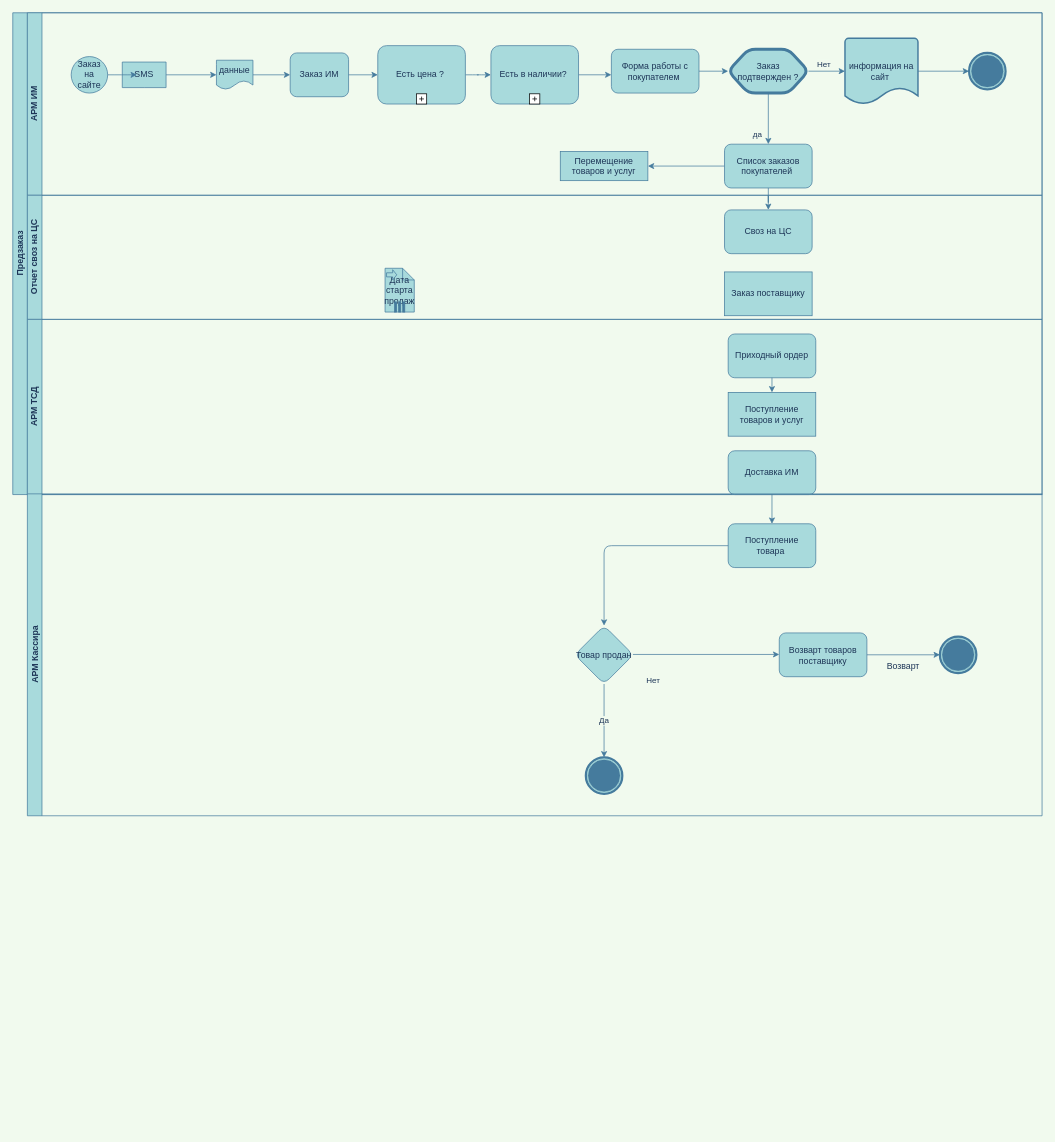
Earlier version of the draw.io diagram page "Page-1" (1 of 3) of Бизнес процесс Предзаказ.drawio (gleb-ehorich/gleb-ehorich). Source tidied: cells renumbered, new cells numbered last; positions are measured from the earlier drawing's top-left corner, leaving out a move shared by most shapes. Both pictures are drawn from the tidied source at 73%, with x=0, y=0 at pixel (12, 12).
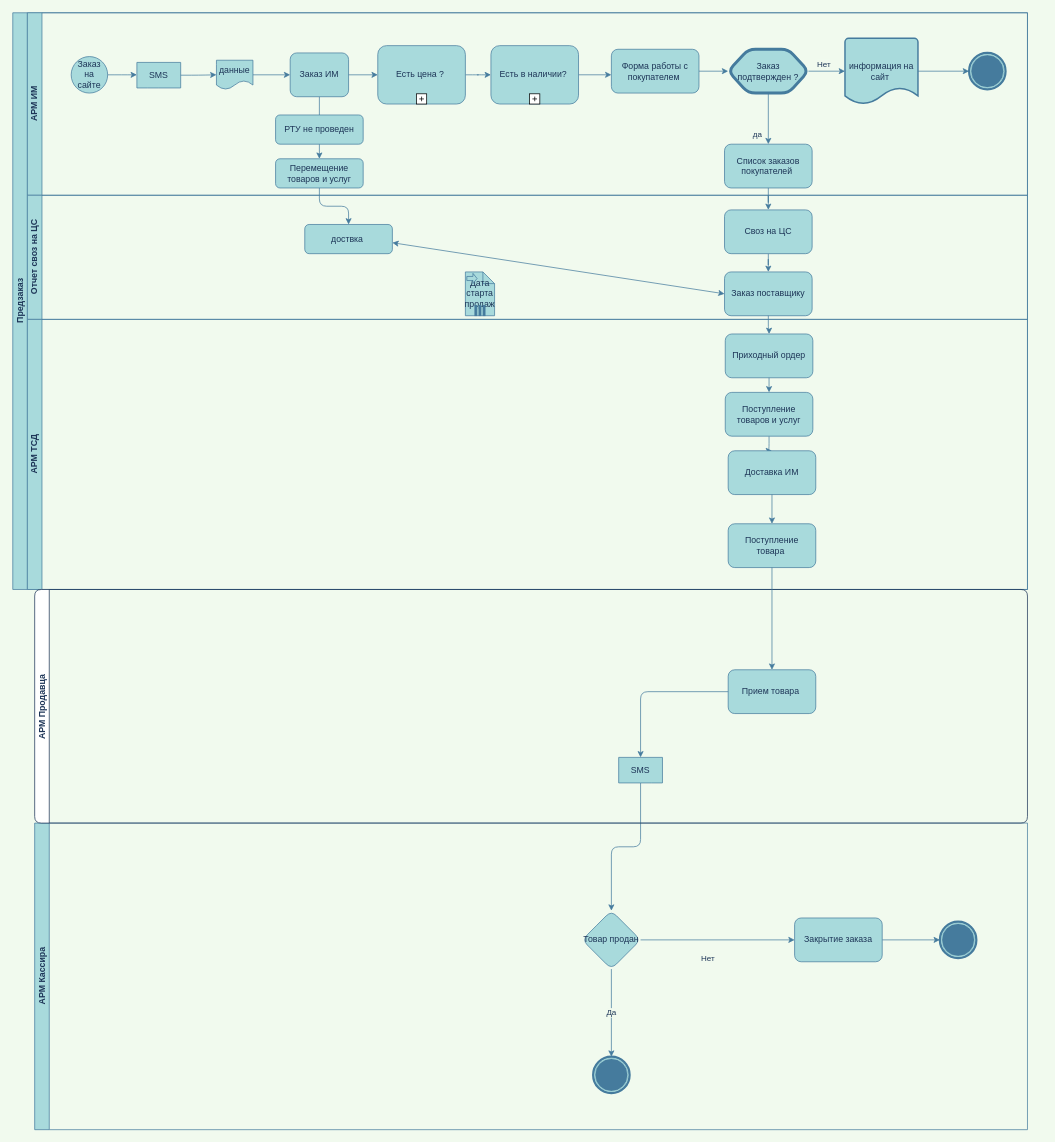
Above is the later version.

The change refers to these unchanged cells:
```xml
<mxCell id="7" value="Заказ ИМ" style="rounded=1;whiteSpace=wrap;html=1;fontFamily=Helvetica;fontSize=12;align=center;fillColor=#A8DADC;strokeColor=#457B9D;fontColor=#1D3557;" parent="3" vertex="1">
  <mxGeometry x="360" y="55" width="80" height="60" as="geometry" />
</mxCell>
<mxCell id="26" value="Список заказов покупателей&amp;nbsp;" style="rounded=1;whiteSpace=wrap;html=1;fillColor=#A8DADC;strokeColor=#457B9D;fontColor=#1D3557;" parent="3" vertex="1">
  <mxGeometry x="955" y="180" width="120" height="60" as="geometry" />
</mxCell>
<mxCell id="31" value="Своз на ЦС" style="whiteSpace=wrap;html=1;rounded=1;fillColor=#A8DADC;strokeColor=#457B9D;fontColor=#1D3557;" parent="30" vertex="1">
  <mxGeometry x="955" y="20" width="120" height="60" as="geometry" />
</mxCell>
<mxCell id="41" value="Доставка ИМ" style="rounded=1;whiteSpace=wrap;html=1;sketch=0;fillColor=#A8DADC;strokeColor=#457B9D;fontColor=#1D3557;" parent="37" vertex="1">
  <mxGeometry x="960" y="180" width="120" height="60" as="geometry" />
</mxCell>
<mxCell id="54" value="Поступление товара&amp;nbsp;" style="whiteSpace=wrap;html=1;rounded=1;fillColor=#A8DADC;strokeColor=#457B9D;fontColor=#1D3557;" parent="1" vertex="1">
  <mxGeometry x="980" y="700" width="120" height="60" as="geometry" />
</mxCell>
```

Diff of the diagram source:
```diff
@@
     <mxCell id="2" value="Предзаказ&lt;br&gt;" style="swimlane;html=1;horizontal=0;startSize=20;fillColor=#A8DADC;strokeColor=#457B9D;fontColor=#1D3557;" parent="1" vertex="1">
-      <mxGeometry width="1410" height="660" as="geometry" />
+      <mxGeometry width="1390" height="790" as="geometry" />
     </mxCell>
     <mxCell id="3" value="АРМ ИМ" style="swimlane;html=1;startSize=20;horizontal=0;fillColor=#A8DADC;strokeColor=#457B9D;fontColor=#1D3557;" parent="2" vertex="1">
-      <mxGeometry x="20" width="1390" height="250" as="geometry" />
+      <mxGeometry x="20" width="1370" height="250" as="geometry" />
     </mxCell>
@@
-    <mxCell id="6" value="SMS" style="shape=document;whiteSpace=wrap;html=1;boundedLbl=1;rounded=0;sketch=0;fillColor=#A8DADC;strokeColor=#457B9D;fontColor=#1D3557;size=0;" parent="3" vertex="1">
-      <mxGeometry x="130" y="67.5" width="60" height="35" as="geometry" />
-    </mxCell>
+    <mxCell id="57" style="edgeStyle=orthogonalEdgeStyle;curved=0;rounded=1;sketch=0;jettySize=auto;html=1;entryX=0.5;entryY=0;entryDx=0;entryDy=0;strokeColor=#457B9D;fillColor=#A8DADC;fontColor=#1D3557;" parent="3" edge="1" source="7" target="29">
+      <mxGeometry relative="1" as="geometry" />
+    </mxCell>
@@
-    <mxCell id="25" style="edgeStyle=orthogonalEdgeStyle;curved=0;rounded=1;sketch=0;jettySize=auto;html=1;strokeColor=#457B9D;fillColor=#A8DADC;fontColor=#1D3557;" parent="3" edge="1" source="26" target="29">
-      <mxGeometry relative="1" as="geometry" />
-    </mxCell>
+    <mxCell id="6" value="SMS" style="shape=document;whiteSpace=wrap;html=1;boundedLbl=1;rounded=0;sketch=0;fillColor=#A8DADC;strokeColor=#457B9D;fontColor=#1D3557;size=0;" parent="3" vertex="1">
+      <mxGeometry x="150" y="68" width="60" height="35" as="geometry" />
+    </mxCell>
+    <mxCell id="58" value="РТУ не проведен" style="rounded=1;whiteSpace=wrap;html=1;sketch=0;strokeColor=#457B9D;fillColor=#A8DADC;fontColor=#1D3557;" parent="3" vertex="1">
+      <mxGeometry x="340" y="140" width="120" height="40" as="geometry" />
+    </mxCell>
@@
-    <mxCell id="29" value="Перемещение товаров и услуг" style="rounded=0;whiteSpace=wrap;html=1;sketch=0;strokeColor=#457B9D;fillColor=#A8DADC;fontColor=#1D3557;" parent="3" vertex="1">
-      <mxGeometry x="730" y="190" width="120" height="40" as="geometry" />
+    <mxCell id="29" value="Перемещение товаров и услуг" style="rounded=1;whiteSpace=wrap;html=1;sketch=0;strokeColor=#457B9D;fillColor=#A8DADC;fontColor=#1D3557;" parent="3" vertex="1">
+      <mxGeometry x="340" y="200" width="120" height="40" as="geometry" />
     </mxCell>
     <mxCell id="30" value="Отчет своз на ЦС" style="swimlane;html=1;startSize=20;horizontal=0;fillColor=#A8DADC;strokeColor=#457B9D;fontColor=#1D3557;" parent="2" vertex="1">
-      <mxGeometry x="20" y="250" width="1390" height="170" as="geometry" />
+      <mxGeometry x="20" y="250" width="1370" height="170" as="geometry" />
     </mxCell>
+    <mxCell id="59" style="edgeStyle=orthogonalEdgeStyle;curved=0;rounded=1;sketch=0;jettySize=auto;html=1;strokeColor=#457B9D;fillColor=#A8DADC;fontColor=#1D3557;" parent="30" edge="1" source="31" target="32">
+      <mxGeometry relative="1" as="geometry" />
+    </mxCell>
@@
+    <mxCell id="60" value="доствка&amp;nbsp;" style="rounded=1;whiteSpace=wrap;html=1;sketch=0;strokeColor=#457B9D;fillColor=#A8DADC;fontColor=#1D3557;" parent="30" vertex="1">
+      <mxGeometry x="380" y="40" width="120" height="40" as="geometry" />
+    </mxCell>
+    <mxCell id="61" style="endArrow=classic;startArrow=classic;html=1;strokeColor=#457B9D;fillColor=#A8DADC;fontColor=#1D3557;entryX=0;entryY=0.5;entryDx=0;entryDy=0;" parent="30" edge="1" target="32">
+      <mxGeometry relative="1" as="geometry">
+        <mxPoint x="500" y="65" as="sourcePoint" />
+      </mxGeometry>
+    </mxCell>
-    <mxCell id="32" value="Заказ поставщику" style="rounded=0;whiteSpace=wrap;html=1;sketch=0;strokeColor=#457B9D;fillColor=#A8DADC;fontColor=#1D3557;" parent="30" vertex="1">
+    <mxCell id="32" value="Заказ поставщику" style="rounded=1;whiteSpace=wrap;html=1;sketch=0;strokeColor=#457B9D;fillColor=#A8DADC;fontColor=#1D3557;" parent="30" vertex="1">
       <mxGeometry x="955" y="105" width="120" height="60" as="geometry" />
     </mxCell>
     <mxCell id="33" value="Дата старта продаж" style="shape=note;whiteSpace=wrap;size=16;html=1;rounded=0;sketch=0;fillColor=#A8DADC;strokeColor=#457B9D;fontColor=#1D3557;" parent="30" vertex="1">
-      <mxGeometry x="490" y="100" width="40" height="60" as="geometry" />
+      <mxGeometry x="600" y="105" width="40" height="60" as="geometry" />
     </mxCell>
@@
     <mxCell id="37" value="АРМ ТСД" style="swimlane;html=1;startSize=20;horizontal=0;fillColor=#A8DADC;strokeColor=#457B9D;fontColor=#1D3557;" parent="2" vertex="1">
-      <mxGeometry x="20" y="420" width="1390" height="240" as="geometry" />
+      <mxGeometry x="20" y="420" width="1370" height="370" as="geometry" />
     </mxCell>
     <mxCell id="38" value="Приходный ордер" style="whiteSpace=wrap;html=1;rounded=1;fillColor=#A8DADC;strokeColor=#457B9D;fontColor=#1D3557;" parent="37" vertex="1">
-      <mxGeometry x="960" y="20" width="120" height="60" as="geometry" />
+      <mxGeometry x="956" y="20" width="120" height="60" as="geometry" />
     </mxCell>
@@
+    <mxCell id="62" style="edgeStyle=orthogonalEdgeStyle;curved=0;rounded=1;sketch=0;jettySize=auto;html=1;entryX=0.5;entryY=0;entryDx=0;entryDy=0;strokeColor=#457B9D;fillColor=#A8DADC;fontColor=#1D3557;" parent="37" edge="1" source="40" target="41">
+      <mxGeometry relative="1" as="geometry" />
+    </mxCell>
-    <mxCell id="40" value="Поступление товаров и услуг" style="rounded=0;whiteSpace=wrap;html=1;sketch=0;strokeColor=#457B9D;fillColor=#A8DADC;fontColor=#1D3557;" parent="37" vertex="1">
-      <mxGeometry x="960" y="100" width="120" height="60" as="geometry" />
+    <mxCell id="40" value="Поступление товаров и услуг" style="rounded=1;whiteSpace=wrap;html=1;sketch=0;strokeColor=#457B9D;fillColor=#A8DADC;fontColor=#1D3557;" parent="37" vertex="1">
+      <mxGeometry x="956" y="100" width="120" height="60" as="geometry" />
     </mxCell>
@@
+    <mxCell id="63" style="edgeStyle=orthogonalEdgeStyle;curved=0;rounded=1;sketch=0;jettySize=auto;html=1;entryX=0.5;entryY=0;entryDx=0;entryDy=0;strokeColor=#457B9D;fillColor=#A8DADC;fontColor=#1D3557;" parent="2" edge="1" source="29" target="60">
+      <mxGeometry relative="1" as="geometry" />
+    </mxCell>
+    <mxCell id="64" style="edgeStyle=orthogonalEdgeStyle;curved=0;rounded=1;sketch=0;jettySize=auto;html=1;entryX=0.5;entryY=0;entryDx=0;entryDy=0;strokeColor=#457B9D;fillColor=#A8DADC;fontColor=#1D3557;" parent="2" edge="1" source="32" target="38">
+      <mxGeometry relative="1" as="geometry" />
+    </mxCell>
     <mxCell id="42" value="АРМ Кассира" style="swimlane;html=1;startSize=20;horizontal=0;fillColor=#A8DADC;strokeColor=#457B9D;fontColor=#1D3557;" parent="1" vertex="1">
-      <mxGeometry x="20" y="659" width="1390" height="441" as="geometry" />
+      <mxGeometry x="30" y="1110" width="1360" height="420" as="geometry" />
     </mxCell>
     <mxCell id="43" value="Нет" style="edgeLabel;html=1;align=center;verticalAlign=middle;fontColor=#1D3557;labelBackgroundColor=#F1FAEE;" parent="42" vertex="1">
       <mxGeometry x="900" y="-10" as="geometry">
-        <mxPoint x="-44" y="265" as="offset" />
+        <mxPoint x="21" y="194" as="offset" />
       </mxGeometry>
     </mxCell>
     <mxCell id="44" value="Товар продан" style="rhombus;whiteSpace=wrap;html=1;rounded=1;fillColor=#A8DADC;strokeColor=#457B9D;fontColor=#1D3557;" parent="42" vertex="1">
-      <mxGeometry x="750" y="180.5" width="80" height="80" as="geometry" />
+      <mxGeometry x="750" y="120" width="80" height="80" as="geometry" />
     </mxCell>
-    <mxCell id="45" value="Возварт" style="text;html=1;strokeColor=none;fillColor=none;align=center;verticalAlign=middle;whiteSpace=wrap;rounded=0;sketch=0;fontColor=#1D3557;" parent="42" vertex="1">
-      <mxGeometry x="1180" y="225.5" width="40" height="20" as="geometry" />
-    </mxCell>
@@
-    <mxCell id="47" value="Возварт товаров поставщику" style="rounded=1;whiteSpace=wrap;html=1;fillColor=#A8DADC;strokeColor=#457B9D;fontColor=#1D3557;" parent="42" vertex="1">
-      <mxGeometry x="1030" y="190.5" width="120" height="60" as="geometry" />
+    <mxCell id="47" value="Закрытие заказа" style="rounded=1;whiteSpace=wrap;html=1;fillColor=#A8DADC;strokeColor=#457B9D;fontColor=#1D3557;" parent="42" vertex="1">
+      <mxGeometry x="1041" y="130" width="120" height="60" as="geometry" />
     </mxCell>
     <mxCell id="48" value="&lt;font color=&quot;#000000&quot;&gt;&lt;br&gt;&lt;/font&gt;" style="shape=mxgraph.bpmn.shape;html=1;verticalLabelPosition=bottom;verticalAlign=top;align=center;perimeter=ellipsePerimeter;outlineConnect=0;outline=end;symbol=terminate;rounded=0;sketch=0;fillColor=#A8DADC;strokeColor=#457B9D;fontColor=#1D3557;direction=south;" parent="42" vertex="1">
-      <mxGeometry x="1250" y="195.5" width="50" height="50" as="geometry" />
+      <mxGeometry x="1240" y="135" width="50" height="50" as="geometry" />
     </mxCell>
-    <mxCell id="49" style="edgeStyle=orthogonalEdgeStyle;curved=0;rounded=1;sketch=0;jettySize=auto;html=1;strokeColor=#457B9D;fontColor=#1D3557;labelBackgroundColor=#F1FAEE;" parent="42" edge="1" source="44">
-      <mxGeometry relative="1" as="geometry">
-        <mxPoint x="1030" y="220" as="targetPoint" />
-      </mxGeometry>
+    <mxCell id="49" style="edgeStyle=orthogonalEdgeStyle;curved=0;rounded=1;sketch=0;jettySize=auto;html=1;strokeColor=#457B9D;fontColor=#1D3557;labelBackgroundColor=#F1FAEE;entryX=0;entryY=0.5;entryDx=0;entryDy=0;" parent="42" edge="1" source="44" target="47">
+      <mxGeometry relative="1" as="geometry" />
     </mxCell>
     <mxCell id="50" value="&lt;font color=&quot;#000000&quot;&gt;&lt;br&gt;&lt;/font&gt;" style="shape=mxgraph.bpmn.shape;html=1;verticalLabelPosition=bottom;verticalAlign=top;align=center;perimeter=ellipsePerimeter;outlineConnect=0;outline=end;symbol=terminate;rounded=0;sketch=0;fillColor=#A8DADC;strokeColor=#457B9D;fontColor=#1D3557;" parent="42" vertex="1">
-      <mxGeometry x="765" y="361" width="50" height="50" as="geometry" />
+      <mxGeometry x="765" y="320" width="50" height="50" as="geometry" />
     </mxCell>
@@
-    <mxCell id="55" style="edgeStyle=orthogonalEdgeStyle;curved=0;rounded=1;sketch=0;jettySize=auto;html=1;entryX=0.5;entryY=0;entryDx=0;entryDy=0;strokeColor=#457B9D;fontColor=#1D3557;labelBackgroundColor=#F1FAEE;" parent="1" edge="1" source="54" target="44">
+    <mxCell id="55" style="edgeStyle=orthogonalEdgeStyle;curved=0;rounded=1;sketch=0;jettySize=auto;html=1;entryX=0.5;entryY=0;entryDx=0;entryDy=0;strokeColor=#457B9D;fontColor=#1D3557;labelBackgroundColor=#F1FAEE;" parent="1" edge="1" source="67" target="44">
       <mxGeometry relative="1" as="geometry" />
     </mxCell>
@@
+    <mxCell id="65" value="АРМ Продавца" style="swimlane;startSize=20;horizontal=0;rounded=1;sketch=0;strokeColor=#1D3557;fillColor=#FFFFFF;fontColor=#1D3557;" parent="1" vertex="1">
+      <mxGeometry x="30" y="790" width="1360" height="320" as="geometry" />
+    </mxCell>
+    <mxCell id="66" value="Прием товара&amp;nbsp;" style="whiteSpace=wrap;html=1;rounded=1;fillColor=#A8DADC;strokeColor=#457B9D;fontColor=#1D3557;" parent="65" vertex="1">
+      <mxGeometry x="950" y="110" width="120" height="60" as="geometry" />
+    </mxCell>
+    <mxCell id="67" value="SMS" style="shape=document;whiteSpace=wrap;html=1;boundedLbl=1;rounded=0;sketch=0;fillColor=#A8DADC;strokeColor=#457B9D;fontColor=#1D3557;size=0;" parent="65" vertex="1">
+      <mxGeometry x="800" y="230" width="60" height="35" as="geometry" />
+    </mxCell>
+    <mxCell id="68" style="edgeStyle=orthogonalEdgeStyle;curved=0;rounded=1;sketch=0;jettySize=auto;html=1;entryX=0.5;entryY=0;entryDx=0;entryDy=0;strokeColor=#457B9D;fontColor=#1D3557;labelBackgroundColor=#F1FAEE;" parent="65" edge="1" source="66" target="67">
+      <mxGeometry relative="1" as="geometry" />
+    </mxCell>
+    <mxCell id="69" style="edgeStyle=orthogonalEdgeStyle;curved=0;rounded=1;sketch=0;jettySize=auto;html=1;entryX=0.5;entryY=0;entryDx=0;entryDy=0;strokeColor=#457B9D;fontColor=#1D3557;labelBackgroundColor=#F1FAEE;" parent="1" edge="1" source="54" target="66">
+      <mxGeometry relative="1" as="geometry" />
+    </mxCell>
```
